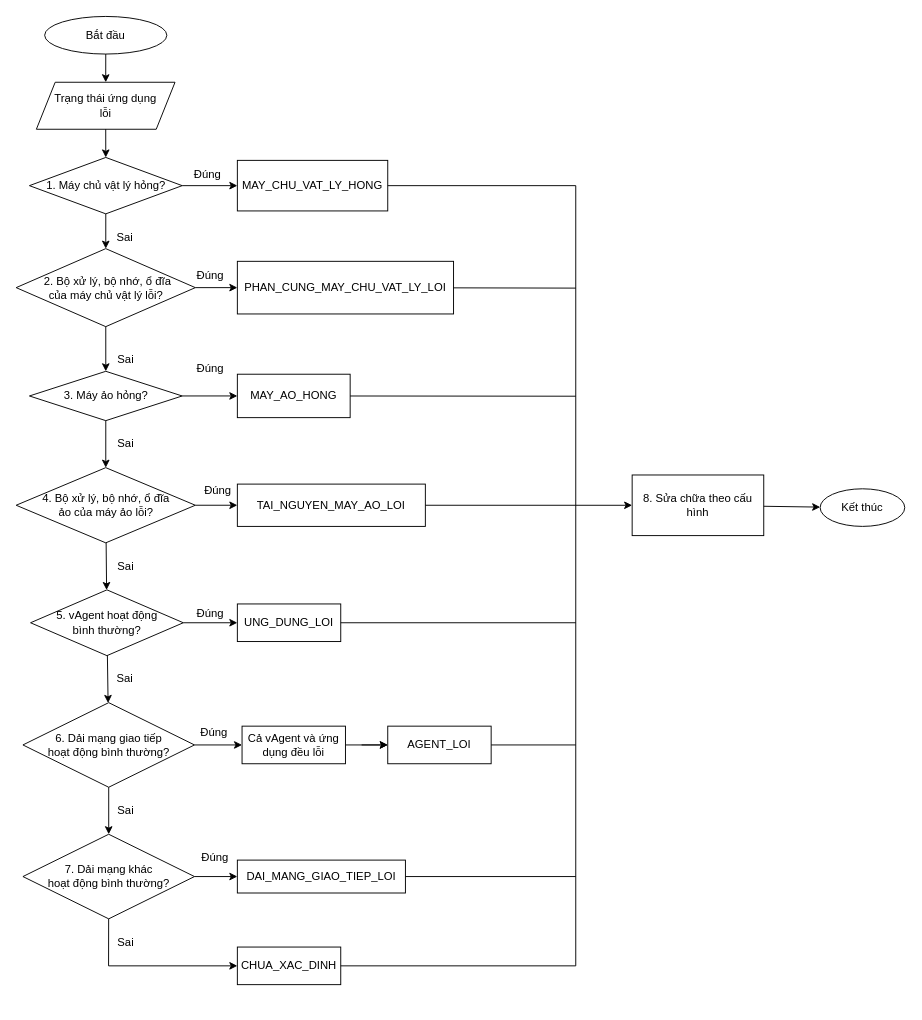
Above: auto healing.drawio in hiep1097/drawio (draw.io), before the change. Source tidied: cells renumbered, new cells numbered last; positions are measured from the earlier drawing's top-left corner, leaving out a move shared by most shapes. Both pictures are drawn from the tidied source at 94%, with x=0, y=0 at pixel (16, 16).
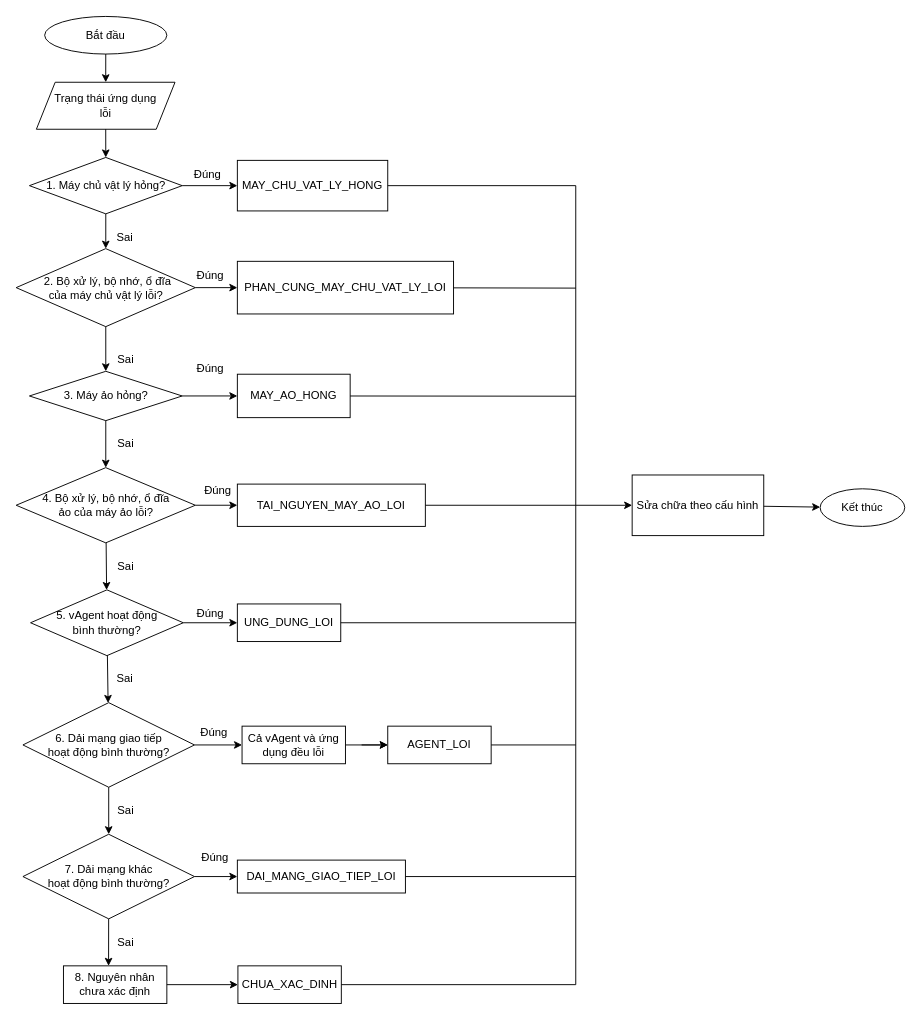
The same diagram, later.

Commit message:
Cập nhật auto healing.drawio

Unchanged cells that the change refers to:
```xml
<mxCell id="19" value="7. Dải mạng khác&lt;br&gt;hoạt động bình thường?" style="rhombus;whiteSpace=wrap;html=1;" parent="1" vertex="1">
  <mxGeometry x="6.9" y="870" width="182.5" height="90" as="geometry" />
</mxCell>
```

Change to the diagram source:
```diff
@@
-    <mxCell id="20" style="endArrow=classic;html=1;rounded=0;" parent="1" edge="1" source="19" target="51">
+    <mxCell id="20" style="endArrow=classic;html=1;rounded=0;" parent="1" edge="1" source="19" target="63">
       <mxGeometry relative="1" as="geometry">
         <Array as="points">
           <mxPoint x="98" y="1010" />
         </Array>
       </mxGeometry>
     </mxCell>
@@
     <mxCell id="51" value="CHUA_XAC_DINH" style="rounded=0;whiteSpace=wrap;html=1;" parent="1" vertex="1">
-      <mxGeometry x="235" y="990" width="110" height="40" as="geometry" />
+      <mxGeometry x="235.6" y="1010" width="110" height="40" as="geometry" />
     </mxCell>
-    <mxCell id="52" value="8. Sửa chữa theo cấu hình" style="rounded=0;whiteSpace=wrap;html=1;" parent="1" vertex="1">
+    <mxCell id="52" value="Sửa chữa theo cấu hình" style="rounded=0;whiteSpace=wrap;html=1;" parent="1" vertex="1">
       <mxGeometry x="655" y="487.8" width="140" height="64.5" as="geometry" />
     </mxCell>
@@
     <mxCell id="57" style="endArrow=none;html=1;rounded=0;" parent="1" edge="1" source="51">
       <mxGeometry relative="1" as="geometry">
         <mxPoint x="595" y="520" as="targetPoint" />
         <Array as="points">
-          <mxPoint x="595" y="1010" />
+          <mxPoint x="595" y="1030" />
         </Array>
       </mxGeometry>
     </mxCell>
@@
+    <mxCell id="63" value="8. Nguyên nhân chưa xác định" style="rounded=0;whiteSpace=wrap;html=1;" parent="1" vertex="1">
+      <mxGeometry x="50" y="1010" width="110" height="40" as="geometry" />
+    </mxCell>
+    <mxCell id="64" style="endArrow=classic;html=1;rounded=0;" parent="1" edge="1" source="63" target="51">
+      <mxGeometry relative="1" as="geometry" />
+    </mxCell>
```
